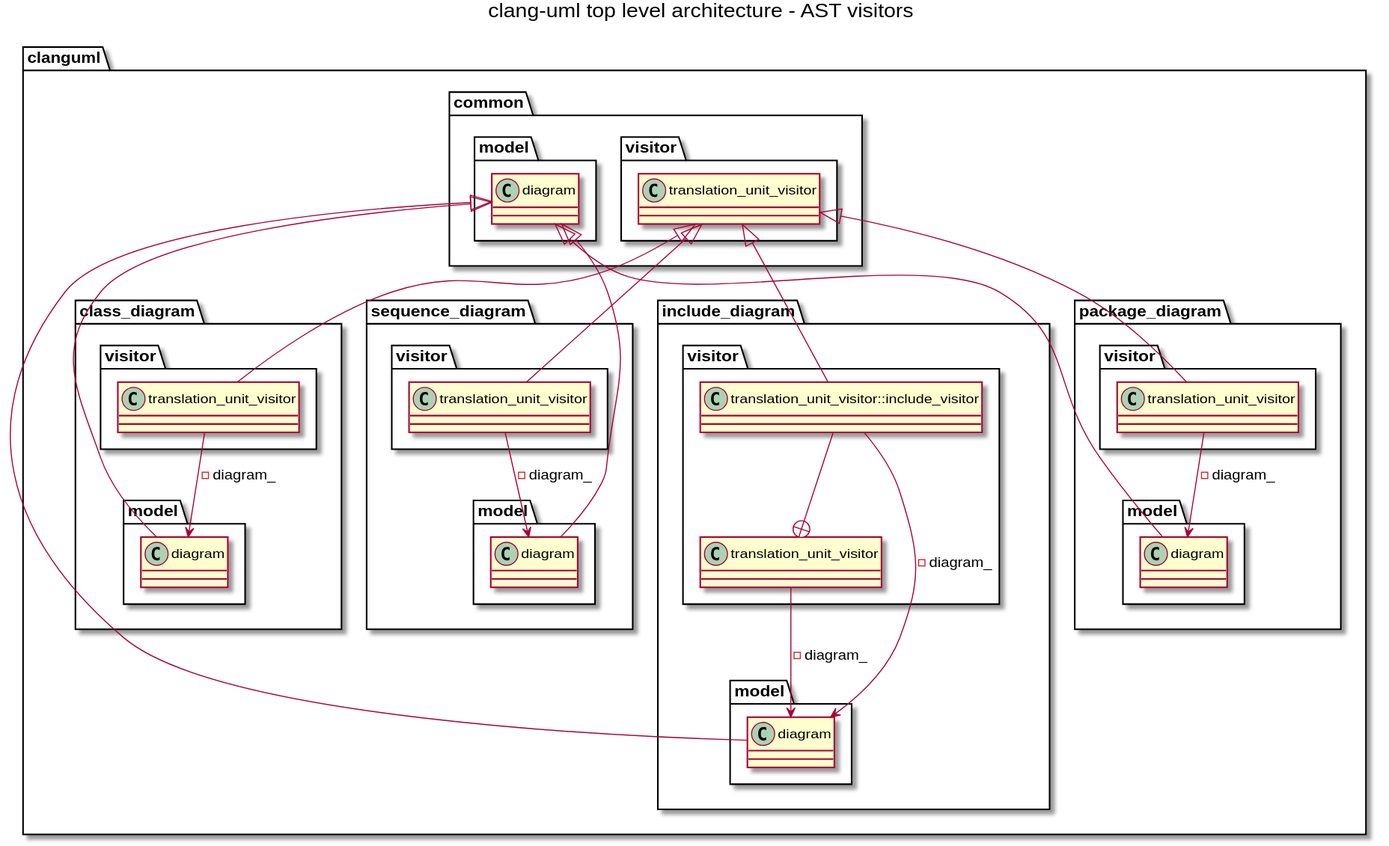
Above: architecture_visitors_class.svg in clang-uml/clang-uml.github.io (PlantUML), before the change. Its diagram source:
```plantuml
@startuml
title clang-uml top level architecture - AST visitors
package [clanguml] as C_0002174271399507040339 {
package [common] as C_0000316605034920222648 {
package [model] as C_0000083721806430512831 {
class "diagram" as C_0000197068985320835874
class C_0000197068985320835874 [[classclanguml_1_1common_1_1model_1_1diagram.html{Base class for all diagram models}]] {
__
}
}
package [visitor] as C_0002059309769421024048 {
class "translation_unit_visitor" as C_0000116368705153207296
class C_0000116368705153207296 [[classclanguml_1_1common_1_1visitor_1_1translation__unit__visitor.html{Diagram translation unit visitor base class}]] {
__
}
}
}
package [class_diagram] as C_0002240167036201725606 {
package [model] as C_0000897124234964432620 {
class "diagram" as C_0000914432076690777687
class C_0000914432076690777687 [[classclanguml_1_1class__diagram_1_1model_1_1diagram.html{diagram}]] {
__
}
}
package [visitor] as C_0001862217944346803827 {
class "translation_unit_visitor" as C_0001741760762642742451
class C_0001741760762642742451 [[classclanguml_1_1class__diagram_1_1visitor_1_1translation__unit__visitor.html{Class diagram translation unit visitor}]] {
__
}
}
}
package [sequence_diagram] as C_0001521862840957629236 {
package [model] as C_0002206969880830639264 {
class "diagram" as C_0000924044572035510976
class C_0000924044572035510976 [[classclanguml_1_1sequence__diagram_1_1model_1_1diagram.html{diagram}]] {
__
}
}
package [visitor] as C_0000351520758190157237 {
class "translation_unit_visitor" as C_0001229352445421790185
class C_0001229352445421790185 [[classclanguml_1_1sequence__diagram_1_1visitor_1_1translation__unit__visitor.html{translation_unit_visitor}]] {
__
}
}
}
package [include_diagram] as C_0002289677368446195616 {
package [model] as C_0000545328881104248214 {
class "diagram" as C_0000308380398356948374
class C_0000308380398356948374 [[classclanguml_1_1include__diagram_1_1model_1_1diagram.html{diagram}]] {
__
}
}
package [visitor] as C_0000299757823634161563 {
class "translation_unit_visitor" as C_0001957392097002977756
class C_0001957392097002977756 [[classclanguml_1_1include__diagram_1_1visitor_1_1translation__unit__visitor.html{translation_unit_visitor}]] {
__
}
class "translation_unit_visitor::include_visitor" as C_0000070935554513618182
class C_0000070935554513618182 [[classclanguml_1_1include__diagram_1_1visitor_1_1translation__unit__visitor##include__visitor.html{translation_unit_visitor##include_visitor}]] {
__
}
}
}
package [package_diagram] as C_0001176715616702819073 {
package [model] as C_0001569810617781744082 {
class "diagram" as C_0000148537001046167478
class C_0000148537001046167478 [[classclanguml_1_1package__diagram_1_1model_1_1diagram.html{diagram}]] {
__
}
}
package [visitor] as C_0000183895282854293183 {
class "translation_unit_visitor" as C_0001286342034490329345
class C_0001286342034490329345 [[classclanguml_1_1package__diagram_1_1visitor_1_1translation__unit__visitor.html{translation_unit_visitor}]] {
__
}
}
}
}
C_0000197068985320835874 <|-- C_0000914432076690777687
C_0001741760762642742451 --> C_0000914432076690777687 : -diagram_
C_0000116368705153207296 <|-- C_0001741760762642742451
C_0000197068985320835874 <|-- C_0000924044572035510976
C_0001229352445421790185 --> C_0000924044572035510976 : -diagram_
C_0000116368705153207296 <|-- C_0001229352445421790185
C_0000197068985320835874 <|-- C_0000308380398356948374
C_0001957392097002977756 --> C_0000308380398356948374 : -diagram_
C_0000070935554513618182 --+ C_0001957392097002977756
C_0000070935554513618182 --> C_0000308380398356948374 : -diagram_
C_0000116368705153207296 <|-- C_0000070935554513618182
C_0000197068985320835874 <|-- C_0000148537001046167478
C_0001286342034490329345 --> C_0000148537001046167478 : -diagram_
C_0000116368705153207296 <|-- C_0001286342034490329345

@enduml
```
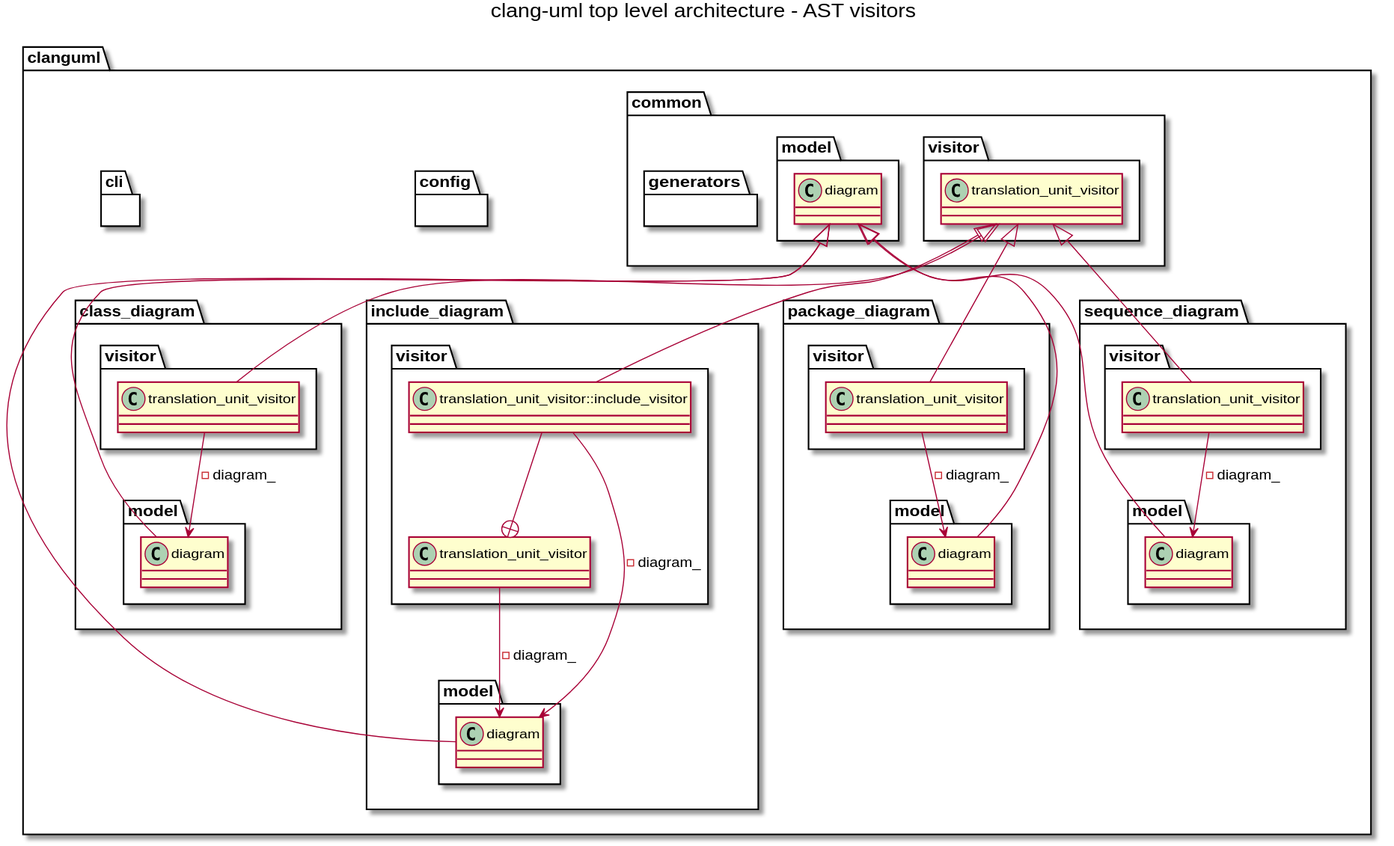
Above is the later version.

Change to the diagram source:
```diff
@@ -14,11 +14,13 @@
 __
 }
 }
+package [generators] as C_0001127696046613471321 {
+}
 }
 package [class_diagram] as C_0002240167036201725606 {
 package [model] as C_0000897124234964432620 {
 class "diagram" as C_0000914432076690777687
-class C_0000914432076690777687 [[classclanguml_1_1class__diagram_1_1model_1_1diagram.html{diagram}]] {
+class C_0000914432076690777687 [[classclanguml_1_1class__diagram_1_1model_1_1diagram.html{Class representing a class diagram.}]] {
 __
 }
 }
@@ -29,34 +31,22 @@
 }
 }
 }
-package [sequence_diagram] as C_0001521862840957629236 {
-package [model] as C_0002206969880830639264 {
-class "diagram" as C_0000924044572035510976
-class C_0000924044572035510976 [[classclanguml_1_1sequence__diagram_1_1model_1_1diagram.html{diagram}]] {
-__
-}
-}
-package [visitor] as C_0000351520758190157237 {
-class "translation_unit_visitor" as C_0001229352445421790185
-class C_0001229352445421790185 [[classclanguml_1_1sequence__diagram_1_1visitor_1_1translation__unit__visitor.html{translation_unit_visitor}]] {
-__
-}
-}
+package [config] as C_0000111389493058790497 {
 }
 package [include_diagram] as C_0002289677368446195616 {
 package [model] as C_0000545328881104248214 {
 class "diagram" as C_0000308380398356948374
-class C_0000308380398356948374 [[classclanguml_1_1include__diagram_1_1model_1_1diagram.html{diagram}]] {
+class C_0000308380398356948374 [[classclanguml_1_1include__diagram_1_1model_1_1diagram.html{Class representing an include diagram model.}]] {
 __
 }
 }
 package [visitor] as C_0000299757823634161563 {
 class "translation_unit_visitor" as C_0001957392097002977756
-class C_0001957392097002977756 [[classclanguml_1_1include__diagram_1_1visitor_1_1translation__unit__visitor.html{translation_unit_visitor}]] {
+class C_0001957392097002977756 [[classclanguml_1_1include__diagram_1_1visitor_1_1translation__unit__visitor.html{Include diagram translation unit visitor wrapper}]] {
 __
 }
 class "translation_unit_visitor::include_visitor" as C_0000070935554513618182
-class C_0000070935554513618182 [[classclanguml_1_1include__diagram_1_1visitor_1_1translation__unit__visitor##include__visitor.html{translation_unit_visitor##include_visitor}]] {
+class C_0000070935554513618182 [[classclanguml_1_1include__diagram_1_1visitor_1_1translation__unit__visitor_1_1include__visitor.html{translation_unit_visitor##include_visitor}]] {
 __
 }
 }
@@ -64,24 +54,37 @@
 package [package_diagram] as C_0001176715616702819073 {
 package [model] as C_0001569810617781744082 {
 class "diagram" as C_0000148537001046167478
-class C_0000148537001046167478 [[classclanguml_1_1package__diagram_1_1model_1_1diagram.html{diagram}]] {
+class C_0000148537001046167478 [[classclanguml_1_1package__diagram_1_1model_1_1diagram.html{Package diagram model.}]] {
 __
 }
 }
 package [visitor] as C_0000183895282854293183 {
 class "translation_unit_visitor" as C_0001286342034490329345
-class C_0001286342034490329345 [[classclanguml_1_1package__diagram_1_1visitor_1_1translation__unit__visitor.html{translation_unit_visitor}]] {
+class C_0001286342034490329345 [[classclanguml_1_1package__diagram_1_1visitor_1_1translation__unit__visitor.html{Package diagram translation unit visitor}]] {
 __
 }
 }
+}
+package [sequence_diagram] as C_0001521862840957629236 {
+package [model] as C_0002206969880830639264 {
+class "diagram" as C_0000924044572035510976
+class C_0000924044572035510976 [[classclanguml_1_1sequence__diagram_1_1model_1_1diagram.html{Model of a sequence diagram}]] {
+__
+}
+}
+package [visitor] as C_0000351520758190157237 {
+class "translation_unit_visitor" as C_0001229352445421790185
+class C_0001229352445421790185 [[classclanguml_1_1sequence__diagram_1_1visitor_1_1translation__unit__visitor.html{Sequence diagram translation unit visitor}]] {
+__
+}
+}
+}
+package [cli] as C_0001260703306241669209 {
 }
 }
 C_0000197068985320835874 <|-- C_0000914432076690777687
 C_0001741760762642742451 --> C_0000914432076690777687 : -diagram_
 C_0000116368705153207296 <|-- C_0001741760762642742451
-C_0000197068985320835874 <|-- C_0000924044572035510976
-C_0001229352445421790185 --> C_0000924044572035510976 : -diagram_
-C_0000116368705153207296 <|-- C_0001229352445421790185
 C_0000197068985320835874 <|-- C_0000308380398356948374
 C_0001957392097002977756 --> C_0000308380398356948374 : -diagram_
 C_0000070935554513618182 --+ C_0001957392097002977756
@@ -90,5 +93,8 @@
 C_0000197068985320835874 <|-- C_0000148537001046167478
 C_0001286342034490329345 --> C_0000148537001046167478 : -diagram_
 C_0000116368705153207296 <|-- C_0001286342034490329345
+C_0000197068985320835874 <|-- C_0000924044572035510976
+C_0001229352445421790185 --> C_0000924044572035510976 : -diagram_
+C_0000116368705153207296 <|-- C_0001229352445421790185
 
 @enduml
```
